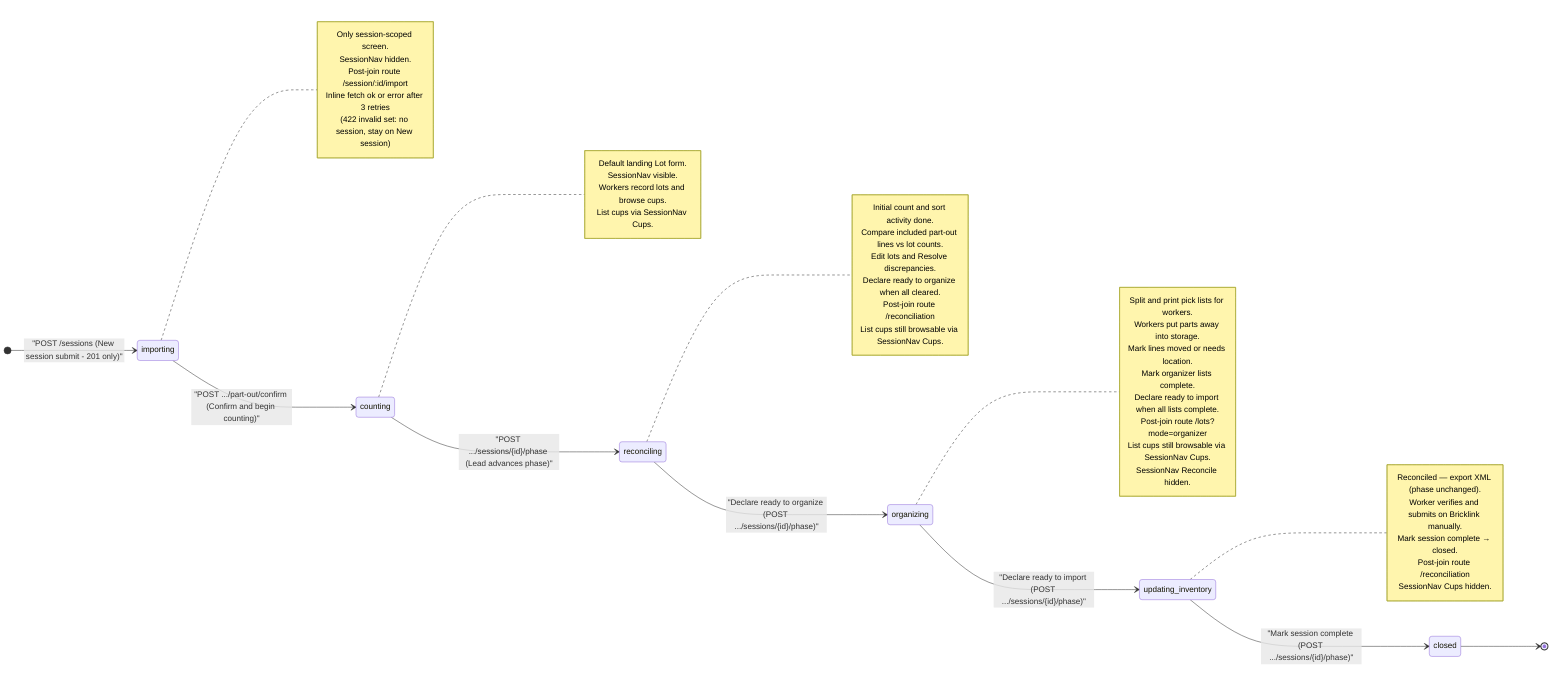
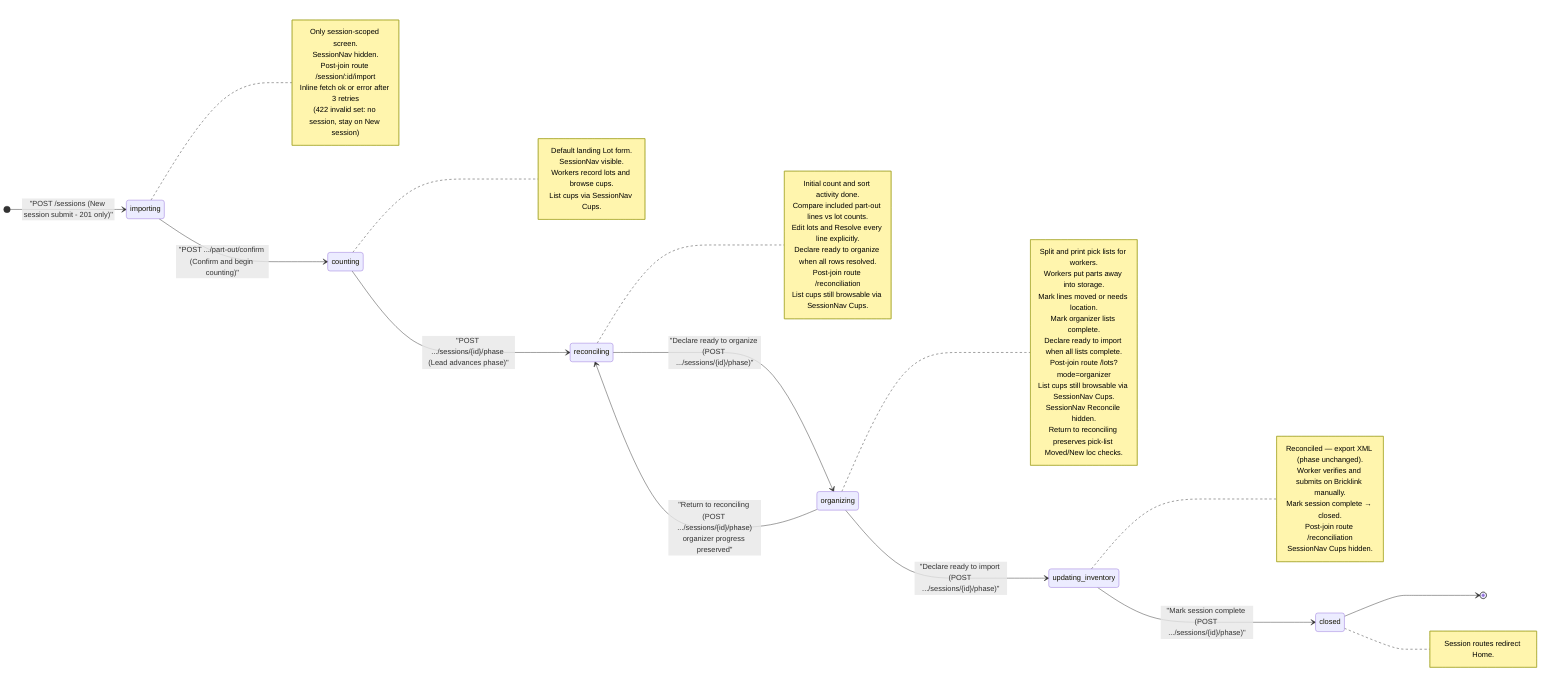
%% Session phase state machine
%% Sources: docs/view-specs/home.md, new-session.md, part-out-import.md, part-out-reconciliation.md,
%%          list-cups.md, list-lots.md, feature/part-out-coordinator/product-spec.md
%%
%% XML export and Bricklink mass update occur in updating_inventory, after organizing.

stateDiagram-v2
    direction LR

    [*] --> importing: "POST /sessions (New session submit - 201 only)"
    importing --> counting: "POST .../part-out/confirm (Confirm and begin counting)"
    counting --> reconciling: "POST .../sessions/{id}/phase (Lead advances phase)"
    reconciling --> organizing: "Declare ready to organize (POST .../sessions/{id}/phase)"
    organizing --> updating_inventory: "Declare ready to import (POST .../sessions/{id}/phase)"
+     organizing --> reconciling: "Return to reconciling (POST .../sessions/{id}/phase)<br>organizer progress preserved"
    updating_inventory --> closed: "Mark session complete (POST .../sessions/{id}/phase)"
    closed --> [*]

    note right of importing
        Only session-scoped screen.
        SessionNav hidden.
        Post-join route /session/:id/import
        Inline fetch ok or error after 3 retries
        (422 invalid set: no session, stay on New session)
    end note

    note right of counting
        Default landing Lot form.
        SessionNav visible.
        Workers record lots and browse cups.
        List cups via SessionNav Cups.
    end note

    note right of reconciling
        Initial count and sort activity done.
        Compare included part-out lines vs lot counts.
-         Edit lots and Resolve discrepancies.
-         Declare ready to organize when all cleared.
+         Edit lots and Resolve every line explicitly.
+         Declare ready to organize when all rows resolved.
        Post-join route /reconciliation
        List cups still browsable via SessionNav Cups.
    end note

    note right of organizing
        Split and print pick lists for workers.
        Workers put parts away into storage.
        Mark lines moved or needs location.
        Mark organizer lists complete.
        Declare ready to import when all lists complete.
        Post-join route /lots?mode=organizer
        List cups still browsable via SessionNav Cups.
        SessionNav Reconcile hidden.
+         Return to reconciling preserves pick-list Moved/New loc checks.
+     end note
+ 
+     note right of closed
+         Session routes redirect Home.
    end note

    note right of updating_inventory
        Reconciled — export XML (phase unchanged).
        Worker verifies and submits on Bricklink manually.
        Mark session complete → closed.
        Post-join route /reconciliation
        SessionNav Cups hidden.
    end note
